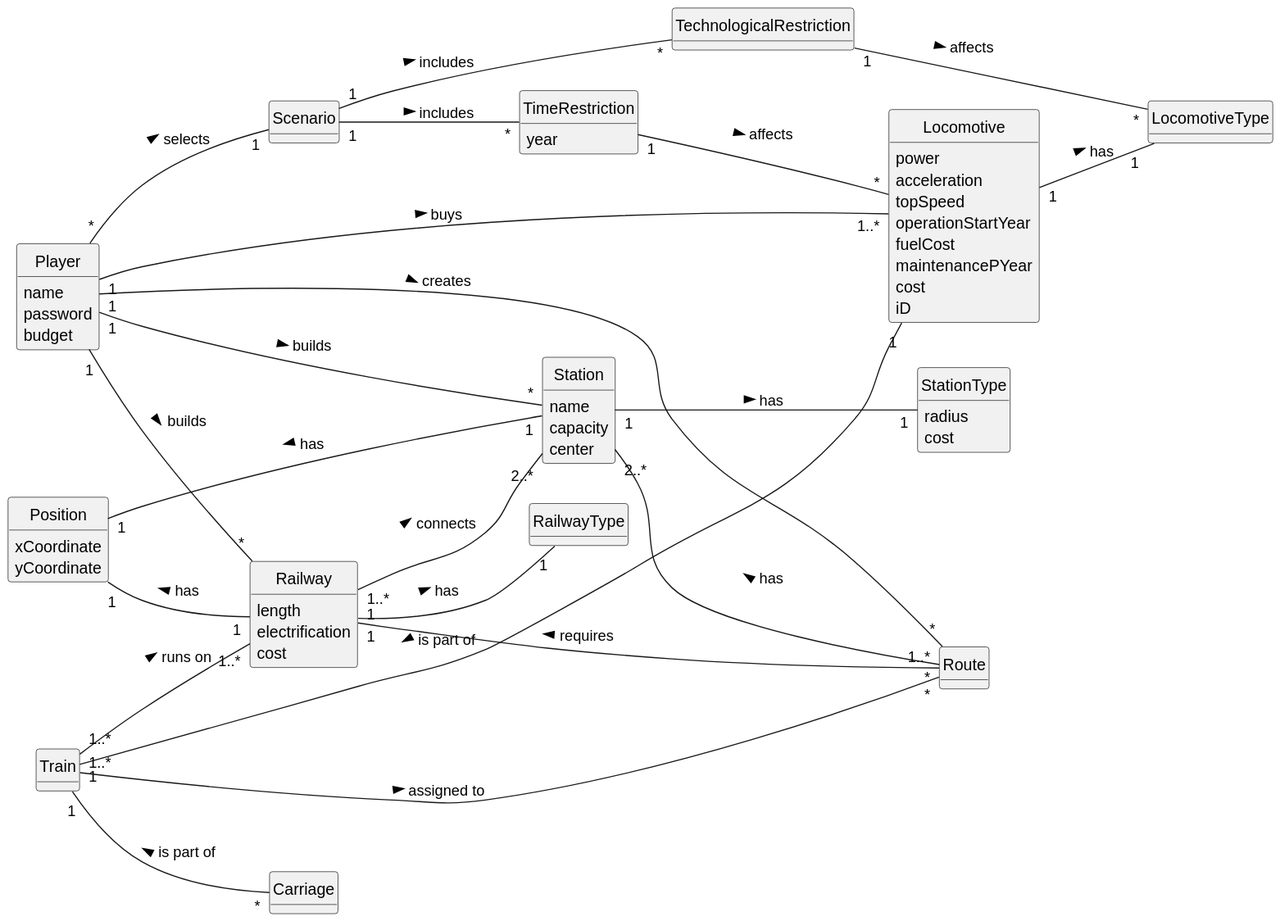
Before: Sprint2/US014/02.analysis/svg/US014-DM.svg, a diagram exported from PlantUML (1240935/pi2-railway-simulator). Its diagram source:
```plantuml
@startuml
skinparam monochrome true
skinparam packageStyle rectangle
skinparam shadowing false
skinparam classAttributeIconSize 0
hide circle
hide methods

left to right direction

class Player {
    name
    password
    budget
}

class Locomotive {
    power
    acceleration
    topSpeed
    operationStartYear
    fuelCost
    maintenancePYear
    cost
    iD
}

class LocomotiveType{
}

class Route {
}

class Station {
    name
    capacity
    center
}

class StationType{
    radius
    cost
}

class Railway{
    length
    electrification
    cost
}

class RailwayType{
}

class Position{
    xCoordinate
    yCoordinate
}

class Train {
}

class Carriage{
}

class TimeRestriction{
    year
}

class TechnologicalRestriction{
}

Player "*" -- "1" Scenario : selects >
Player "1" -- "*" Station : builds >
Player "1" -- "*" Route : creates >
Player "1" -- "*" Railway : builds >
Player "1" -- "1..*" Locomotive : buys >

Scenario "1" -- "*" TechnologicalRestriction: includes >
Scenario "1" -- "*" TimeRestriction: includes >

TimeRestriction "1" -- "*" Locomotive: affects >
TechnologicalRestriction "1" -- "*" LocomotiveType: affects >

Position "1" -- "1" Station: has <
Position "1" -- "1" Railway: has <

Station "2..*" -- "*" Route: has <
Station "1" -- "1" StationType: has >

Locomotive "1" -- "1" LocomotiveType: has >

Railway "1" -- "1..*" Route: requires <
Railway "1..*" -- "2..*" Station : connects >
Railway "1" -- "1" RailwayType: has >

Train "1" -- "1" Locomotive: is part of <
Train "1" -- "*" Carriage: is part of <
Train "1..*" -- "*" Route : assigned to >
Train "1..*" -- "1..*" Railway: runs on >
@enduml
```
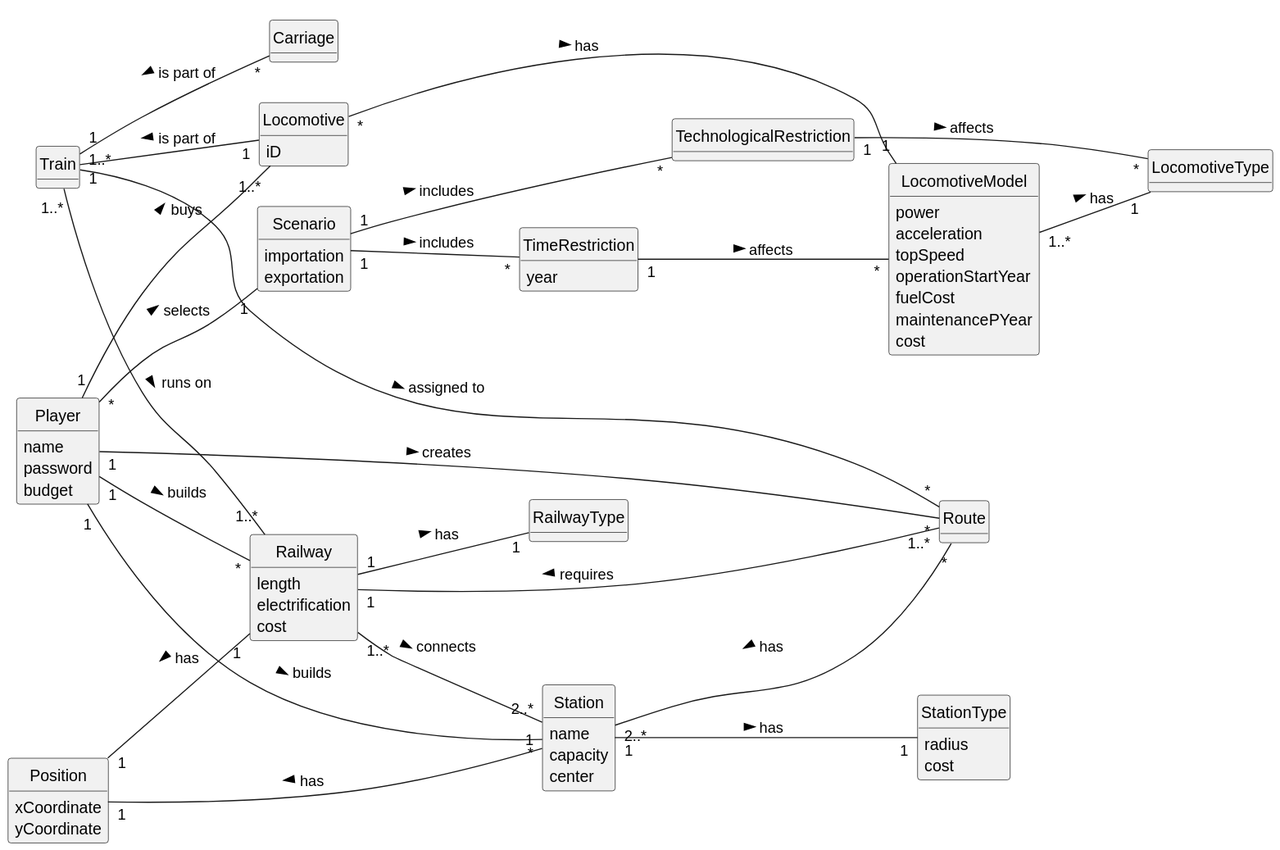
Above is the later version.

Diff of the diagram source:
```diff
@@ -15,14 +15,17 @@
 }
 
 class Locomotive {
+    iD
+}
+
+class LocomotiveModel{
     power
-    acceleration
-    topSpeed
-    operationStartYear
-    fuelCost
-    maintenancePYear
-    cost
-    iD
+        acceleration
+        topSpeed
+        operationStartYear
+        fuelCost
+        maintenancePYear
+        cost
 }
 
 class LocomotiveType{
@@ -69,6 +72,11 @@
 class TechnologicalRestriction{
 }
 
+class Scenario{
+    importation
+    exportation
+}
+
 Player "*" -- "1" Scenario : selects >
 Player "1" -- "*" Station : builds >
 Player "1" -- "*" Route : creates >
@@ -78,7 +86,7 @@
 Scenario "1" -- "*" TechnologicalRestriction: includes >
 Scenario "1" -- "*" TimeRestriction: includes >
 
-TimeRestriction "1" -- "*" Locomotive: affects >
+TimeRestriction "1" -- "*" LocomotiveModel: affects >
 TechnologicalRestriction "1" -- "*" LocomotiveType: affects >
 
 Position "1" -- "1" Station: has <
@@ -87,7 +95,8 @@
 Station "2..*" -- "*" Route: has <
 Station "1" -- "1" StationType: has >
 
-Locomotive "1" -- "1" LocomotiveType: has >
+Locomotive "*" -- "1" LocomotiveModel: has >
+LocomotiveModel "1..*" -- "1" LocomotiveType: has >
 
 Railway "1" -- "1..*" Route: requires <
 Railway "1..*" -- "2..*" Station : connects >
```
